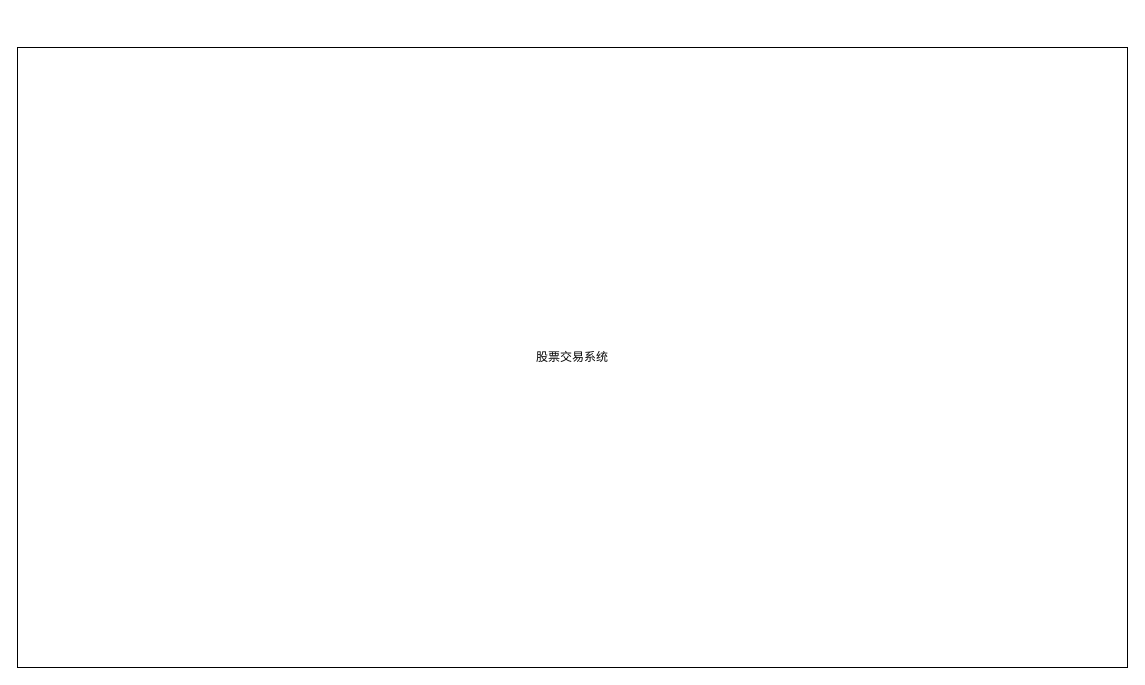
The draw.io diagram Untitled Diagram.drawio in rishengcanye/DesignDiagram, before the edit. Source tidied: cells renumbered, new cells numbered last; positions are measured from the earlier drawing's top-left corner, leaving out a move shared by most shapes. Both pictures are drawn from the tidied source at 100%, with x=0, y=0 at pixel (17, 47).
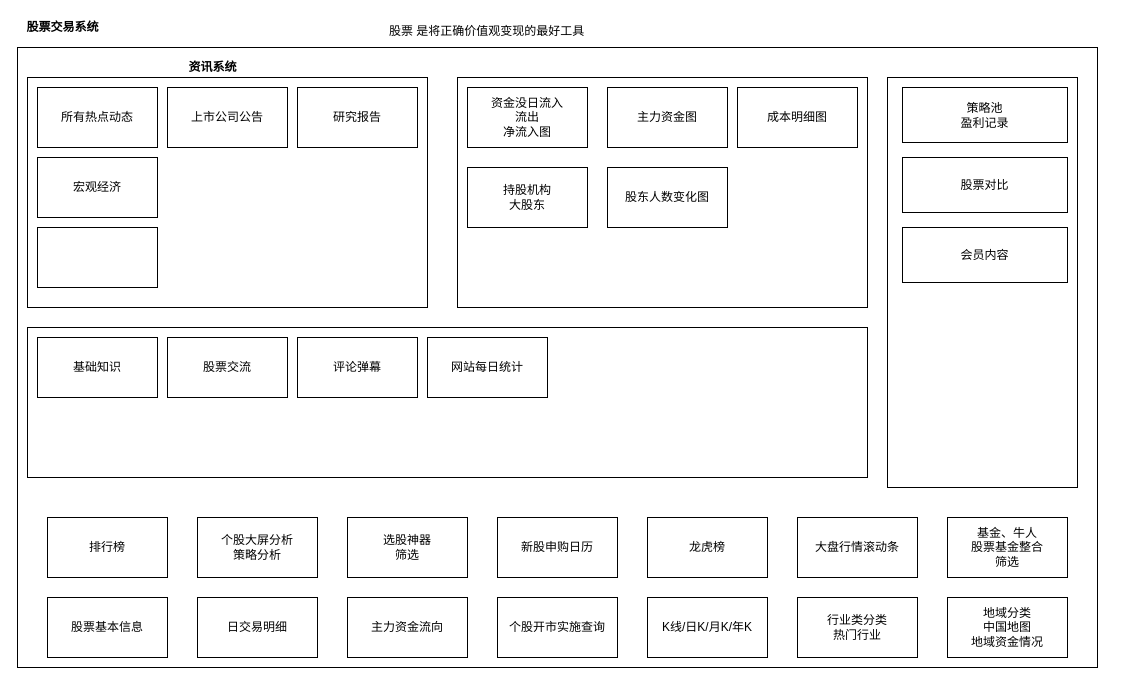
The same diagram, later.

The edit, as a diff of the source:
```diff
@@
-    <mxCell id="2" value="股票交易系统" style="rounded=0;whiteSpace=wrap;html=1;" parent="1" vertex="1">
-      <mxGeometry width="1110" height="620" as="geometry" />
+    <mxCell id="2" style="rounded=0;whiteSpace=wrap;html=1;" parent="1" vertex="1">
+      <mxGeometry width="1080" height="620" as="geometry" />
     </mxCell>
+    <mxCell id="3" value="&lt;span&gt;&lt;b&gt;股票交易系统&lt;/b&gt;&lt;/span&gt;" style="text;html=1;align=center;verticalAlign=middle;strokeColor=none;" parent="1" vertex="1">
+      <mxGeometry y="-30" width="90" height="20" as="geometry" />
+    </mxCell>
+    <mxCell id="4" value="股票基本信息" style="rounded=0;whiteSpace=wrap;html=1;" parent="1" vertex="1">
+      <mxGeometry x="30" y="550" width="120" height="60" as="geometry" />
+    </mxCell>
+    <mxCell id="5" value="日交易明细" style="rounded=0;whiteSpace=wrap;html=1;" parent="1" vertex="1">
+      <mxGeometry x="180" y="550" width="120" height="60" as="geometry" />
+    </mxCell>
+    <mxCell id="6" value="主力资金流向" style="rounded=0;whiteSpace=wrap;html=1;" parent="1" vertex="1">
+      <mxGeometry x="330" y="550" width="120" height="60" as="geometry" />
+    </mxCell>
+    <mxCell id="7" style="rounded=0;whiteSpace=wrap;html=1;" parent="1" vertex="1">
+      <mxGeometry x="10" y="30" width="400" height="230" as="geometry" />
+    </mxCell>
+    <mxCell id="8" value="所有热点动态" style="rounded=0;whiteSpace=wrap;html=1;" parent="1" vertex="1">
+      <mxGeometry x="20" y="40" width="120" height="60" as="geometry" />
+    </mxCell>
+    <mxCell id="9" value="&lt;b&gt;资讯系统&lt;/b&gt;" style="text;html=1;align=center;verticalAlign=middle;strokeColor=none;" parent="1" vertex="1">
+      <mxGeometry x="165" y="10" width="60" height="20" as="geometry" />
+    </mxCell>
+    <mxCell id="10" value="上市公司公告" style="rounded=0;whiteSpace=wrap;html=1;" parent="1" vertex="1">
+      <mxGeometry x="150" y="40" width="120" height="60" as="geometry" />
+    </mxCell>
+    <mxCell id="11" value="研究报告" style="rounded=0;whiteSpace=wrap;html=1;" parent="1" vertex="1">
+      <mxGeometry x="280" y="40" width="120" height="60" as="geometry" />
+    </mxCell>
+    <mxCell id="12" style="rounded=0;whiteSpace=wrap;html=1;" parent="1" vertex="1">
+      <mxGeometry x="440" y="30" width="410" height="230" as="geometry" />
+    </mxCell>
+    <mxCell id="13" value="个股开市实施查询" style="rounded=0;whiteSpace=wrap;html=1;" parent="1" vertex="1">
+      <mxGeometry x="480" y="550" width="120" height="60" as="geometry" />
+    </mxCell>
+    <mxCell id="14" value="K线/日K/月K/年K" style="rounded=0;whiteSpace=wrap;html=1;" parent="1" vertex="1">
+      <mxGeometry x="630" y="550" width="120" height="60" as="geometry" />
+    </mxCell>
+    <mxCell id="15" value="行业类分类&lt;br&gt;热门行业" style="rounded=0;whiteSpace=wrap;html=1;" parent="1" vertex="1">
+      <mxGeometry x="780" y="550" width="120" height="60" as="geometry" />
+    </mxCell>
+    <mxCell id="16" value="地域分类&lt;br&gt;中国地图&lt;br&gt;地域资金情况" style="rounded=0;whiteSpace=wrap;html=1;" parent="1" vertex="1">
+      <mxGeometry x="930" y="550" width="120" height="60" as="geometry" />
+    </mxCell>
+    <mxCell id="17" value="排行榜" style="rounded=0;whiteSpace=wrap;html=1;" parent="1" vertex="1">
+      <mxGeometry x="30" y="470" width="120" height="60" as="geometry" />
+    </mxCell>
+    <mxCell id="18" value="基金、牛人&lt;br&gt;股票基金整合&lt;br&gt;筛选" style="rounded=0;whiteSpace=wrap;html=1;" parent="1" vertex="1">
+      <mxGeometry x="930" y="470" width="120" height="60" as="geometry" />
+    </mxCell>
+    <mxCell id="19" value="宏观经济" style="rounded=0;whiteSpace=wrap;html=1;" parent="1" vertex="1">
+      <mxGeometry x="20" y="110" width="120" height="60" as="geometry" />
+    </mxCell>
+    <mxCell id="20" value="个股大屏分析&lt;br&gt;策略分析" style="rounded=0;whiteSpace=wrap;html=1;" parent="1" vertex="1">
+      <mxGeometry x="180" y="470" width="120" height="60" as="geometry" />
+    </mxCell>
+    <mxCell id="21" value="选股神器&lt;br&gt;筛选" style="rounded=0;whiteSpace=wrap;html=1;" parent="1" vertex="1">
+      <mxGeometry x="330" y="470" width="120" height="60" as="geometry" />
+    </mxCell>
+    <mxCell id="22" value="新股申购日历" style="rounded=0;whiteSpace=wrap;html=1;" parent="1" vertex="1">
+      <mxGeometry x="480" y="470" width="120" height="60" as="geometry" />
+    </mxCell>
+    <mxCell id="23" value="龙虎榜" style="rounded=0;whiteSpace=wrap;html=1;" parent="1" vertex="1">
+      <mxGeometry x="630" y="470" width="120" height="60" as="geometry" />
+    </mxCell>
+    <mxCell id="24" value="大盘行情滚动条" style="rounded=0;whiteSpace=wrap;html=1;" parent="1" vertex="1">
+      <mxGeometry x="780" y="470" width="120" height="60" as="geometry" />
+    </mxCell>
+    <mxCell id="25" value="资金没日流入&lt;br&gt;流出&lt;br&gt;净流入图" style="rounded=0;whiteSpace=wrap;html=1;" parent="1" vertex="1">
+      <mxGeometry x="450" y="40" width="120" height="60" as="geometry" />
+    </mxCell>
+    <mxCell id="26" value="主力资金图" style="rounded=0;whiteSpace=wrap;html=1;" parent="1" vertex="1">
+      <mxGeometry x="590" y="40" width="120" height="60" as="geometry" />
+    </mxCell>
+    <mxCell id="27" value="成本明细图" style="rounded=0;whiteSpace=wrap;html=1;" parent="1" vertex="1">
+      <mxGeometry x="720" y="40" width="120" height="60" as="geometry" />
+    </mxCell>
+    <mxCell id="28" value="持股机构&lt;br&gt;大股东" style="rounded=0;whiteSpace=wrap;html=1;" parent="1" vertex="1">
+      <mxGeometry x="450" y="120" width="120" height="60" as="geometry" />
+    </mxCell>
+    <mxCell id="29" value="股东人数变化图" style="rounded=0;whiteSpace=wrap;html=1;" parent="1" vertex="1">
+      <mxGeometry x="590" y="120" width="120" height="60" as="geometry" />
+    </mxCell>
+    <mxCell id="30" value="股票 是将正确价值观变现的最好工具" style="text;whiteSpace=wrap;html=1;" parent="1" vertex="1">
+      <mxGeometry x="370" y="-30" width="220" height="30" as="geometry" />
+    </mxCell>
+    <mxCell id="31" style="rounded=0;whiteSpace=wrap;html=1;" parent="1" vertex="1">
+      <mxGeometry x="870" y="30" width="190" height="410" as="geometry" />
+    </mxCell>
+    <mxCell id="32" value="策略池&lt;br&gt;盈利记录" style="rounded=0;whiteSpace=wrap;html=1;" parent="1" vertex="1">
+      <mxGeometry x="885" y="40" width="165" height="55" as="geometry" />
+    </mxCell>
+    <mxCell id="33" value="股票对比" style="rounded=0;whiteSpace=wrap;html=1;" parent="1" vertex="1">
+      <mxGeometry x="885" y="110" width="165" height="55" as="geometry" />
+    </mxCell>
+    <mxCell id="34" value="会员内容" style="rounded=0;whiteSpace=wrap;html=1;" parent="1" vertex="1">
+      <mxGeometry x="885" y="180" width="165" height="55" as="geometry" />
+    </mxCell>
+    <mxCell id="35" style="rounded=0;whiteSpace=wrap;html=1;" parent="1" vertex="1">
+      <mxGeometry x="20" y="180" width="120" height="60" as="geometry" />
+    </mxCell>
+    <mxCell id="36" style="rounded=0;whiteSpace=wrap;html=1;" parent="1" vertex="1">
+      <mxGeometry x="10" y="280" width="840" height="150" as="geometry" />
+    </mxCell>
+    <mxCell id="37" value="基础知识" style="rounded=0;whiteSpace=wrap;html=1;" parent="1" vertex="1">
+      <mxGeometry x="20" y="290" width="120" height="60" as="geometry" />
+    </mxCell>
+    <mxCell id="38" value="股票交流" style="rounded=0;whiteSpace=wrap;html=1;" parent="1" vertex="1">
+      <mxGeometry x="150" y="290" width="120" height="60" as="geometry" />
+    </mxCell>
+    <mxCell id="39" value="评论弹幕" style="rounded=0;whiteSpace=wrap;html=1;" parent="1" vertex="1">
+      <mxGeometry x="280" y="290" width="120" height="60" as="geometry" />
+    </mxCell>
+    <mxCell id="40" value="网站每日统计" style="rounded=0;whiteSpace=wrap;html=1;" parent="1" vertex="1">
+      <mxGeometry x="410" y="290" width="120" height="60" as="geometry" />
+    </mxCell>
```
